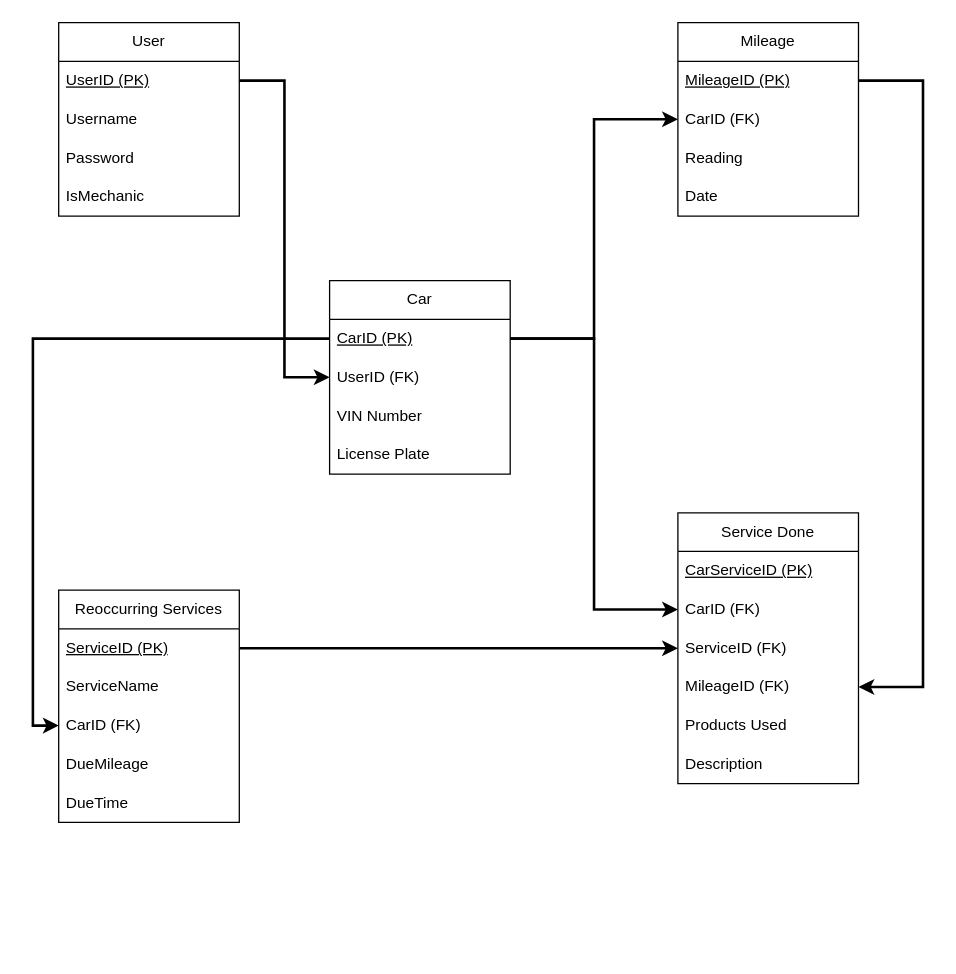
Above: EDR/ERD.drawio in Danny-Erikson/MileageMate (draw.io), before the change. Source tidied: cells renumbered, new cells numbered last; positions are measured from the earlier drawing's top-left corner, leaving out a move shared by most shapes. Both pictures are drawn from the tidied source at 129%, with x=0, y=0 at pixel (58, 22).
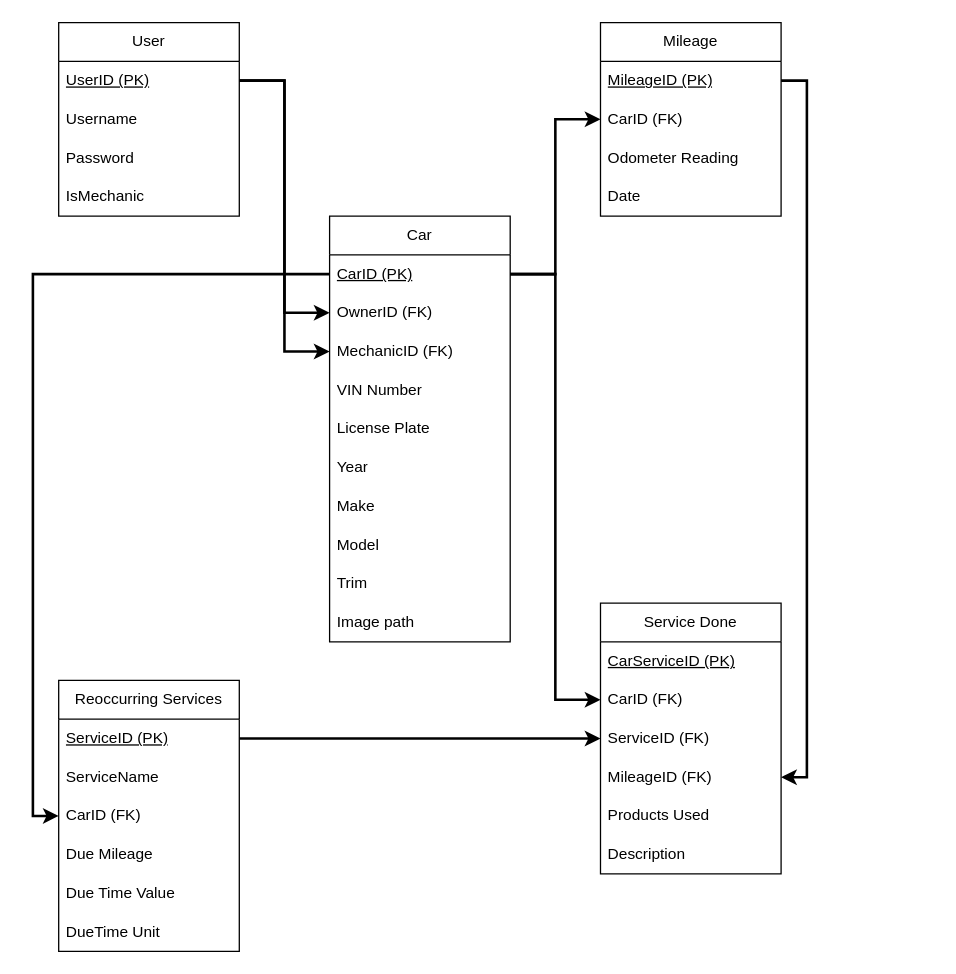
The same diagram, later.

Unchanged cells that the change refers to:
```xml
<mxCell id="3" value="&lt;u&gt;UserID (PK)&lt;/u&gt;" style="text;strokeColor=none;fillColor=none;align=left;verticalAlign=middle;spacingLeft=4;spacingRight=4;overflow=hidden;points=[[0,0.5],[1,0.5]];portConstraint=eastwest;whiteSpace=wrap;html=1;" parent="2" vertex="1">
  <mxGeometry y="30" width="140" height="30" as="geometry" />
</mxCell>
<mxCell id="8" value="&lt;u&gt;CarID (PK)&lt;/u&gt;" style="text;strokeColor=none;fillColor=none;align=left;verticalAlign=middle;spacingLeft=4;spacingRight=4;overflow=hidden;points=[[0,0.5],[1,0.5]];portConstraint=eastwest;whiteSpace=wrap;html=1;" parent="7" vertex="1">
  <mxGeometry y="30" width="140" height="30" as="geometry" />
</mxCell>
<mxCell id="16" value="CarID (FK)" style="text;strokeColor=none;fillColor=none;align=left;verticalAlign=middle;spacingLeft=4;spacingRight=4;overflow=hidden;points=[[0,0.5],[1,0.5]];portConstraint=eastwest;whiteSpace=wrap;html=1;" parent="13" vertex="1">
  <mxGeometry y="90" width="140" height="30" as="geometry" />
</mxCell>
<mxCell id="20" value="&lt;u&gt;MileageID (PK)&lt;/u&gt;" style="text;strokeColor=none;fillColor=none;align=left;verticalAlign=middle;spacingLeft=4;spacingRight=4;overflow=hidden;points=[[0,0.5],[1,0.5]];portConstraint=eastwest;whiteSpace=wrap;html=1;" parent="19" vertex="1">
  <mxGeometry y="30" width="140" height="30" as="geometry" />
</mxCell>
<mxCell id="29" value="MileageID (FK)" style="text;strokeColor=none;fillColor=none;align=left;verticalAlign=middle;spacingLeft=4;spacingRight=4;overflow=hidden;points=[[0,0.5],[1,0.5]];portConstraint=eastwest;whiteSpace=wrap;html=1;" parent="25" vertex="1">
  <mxGeometry y="120" width="140" height="30" as="geometry" />
</mxCell>
```

Change to the diagram source:
```diff
@@
     <mxCell id="7" value="Car" style="swimlane;fontStyle=0;horizontal=1;startSize=30;whiteSpace=wrap;html=1;" parent="1" vertex="1">
-      <mxGeometry x="210" y="200" width="140" height="150" as="geometry" />
+      <mxGeometry x="210" y="150" width="140" height="330" as="geometry" />
     </mxCell>
@@
-    <mxCell id="9" value="UserID (FK)" style="text;strokeColor=none;fillColor=none;align=left;verticalAlign=middle;spacingLeft=4;spacingRight=4;overflow=hidden;points=[[0,0.5],[1,0.5]];portConstraint=eastwest;whiteSpace=wrap;html=1;" parent="7" vertex="1">
+    <mxCell id="9" value="OwnerID (FK)" style="text;strokeColor=none;fillColor=none;align=left;verticalAlign=middle;spacingLeft=4;spacingRight=4;overflow=hidden;points=[[0,0.5],[1,0.5]];portConstraint=eastwest;whiteSpace=wrap;html=1;" parent="7" vertex="1">
       <mxGeometry y="60" width="140" height="30" as="geometry" />
     </mxCell>
+    <mxCell id="36" value="MechanicID (FK)" style="text;strokeColor=none;fillColor=none;align=left;verticalAlign=middle;spacingLeft=4;spacingRight=4;overflow=hidden;points=[[0,0.5],[1,0.5]];portConstraint=eastwest;whiteSpace=wrap;html=1;" parent="7" vertex="1">
+      <mxGeometry y="90" width="140" height="30" as="geometry" />
+    </mxCell>
     <mxCell id="10" value="VIN Number" style="text;strokeColor=none;fillColor=none;align=left;verticalAlign=middle;spacingLeft=4;spacingRight=4;overflow=hidden;whiteSpace=wrap;html=1;" parent="7" vertex="1">
-      <mxGeometry y="90" width="140" height="30" as="geometry" />
+      <mxGeometry y="120" width="140" height="30" as="geometry" />
     </mxCell>
     <mxCell id="11" value="License Plate" style="text;strokeColor=none;fillColor=none;align=left;verticalAlign=middle;spacingLeft=4;spacingRight=4;overflow=hidden;whiteSpace=wrap;html=1;" parent="7" vertex="1">
-      <mxGeometry y="120" width="140" height="30" as="geometry" />
+      <mxGeometry y="150" width="140" height="30" as="geometry" />
     </mxCell>
+    <mxCell id="37" value="Year" style="text;strokeColor=none;fillColor=none;align=left;verticalAlign=middle;spacingLeft=4;spacingRight=4;overflow=hidden;whiteSpace=wrap;html=1;" parent="7" vertex="1">
+      <mxGeometry y="180" width="140" height="30" as="geometry" />
+    </mxCell>
+    <mxCell id="38" value="Make" style="text;strokeColor=none;fillColor=none;align=left;verticalAlign=middle;spacingLeft=4;spacingRight=4;overflow=hidden;whiteSpace=wrap;html=1;" parent="7" vertex="1">
+      <mxGeometry y="210" width="140" height="30" as="geometry" />
+    </mxCell>
+    <mxCell id="39" value="Model" style="text;strokeColor=none;fillColor=none;align=left;verticalAlign=middle;spacingLeft=4;spacingRight=4;overflow=hidden;whiteSpace=wrap;html=1;" parent="7" vertex="1">
+      <mxGeometry y="240" width="140" height="30" as="geometry" />
+    </mxCell>
+    <mxCell id="40" value="Trim" style="text;strokeColor=none;fillColor=none;align=left;verticalAlign=middle;spacingLeft=4;spacingRight=4;overflow=hidden;whiteSpace=wrap;html=1;" parent="7" vertex="1">
+      <mxGeometry y="270" width="140" height="30" as="geometry" />
+    </mxCell>
+    <mxCell id="41" value="Image path" style="text;strokeColor=none;fillColor=none;align=left;verticalAlign=middle;spacingLeft=4;spacingRight=4;overflow=hidden;whiteSpace=wrap;html=1;" parent="7" vertex="1">
+      <mxGeometry y="300" width="140" height="30" as="geometry" />
+    </mxCell>
@@
     <mxCell id="13" value="Reoccurring Services" style="swimlane;fontStyle=0;horizontal=1;startSize=30;whiteSpace=wrap;html=1;" parent="1" vertex="1">
-      <mxGeometry y="440" width="140" height="180" as="geometry" />
+      <mxGeometry y="510" width="140" height="210" as="geometry" />
     </mxCell>
@@
-    <mxCell id="17" value="DueMileage" style="text;strokeColor=none;fillColor=none;align=left;verticalAlign=middle;spacingLeft=4;spacingRight=4;overflow=hidden;whiteSpace=wrap;html=1;" parent="13" vertex="1">
+    <mxCell id="17" value="Due Mileage" style="text;strokeColor=none;fillColor=none;align=left;verticalAlign=middle;spacingLeft=4;spacingRight=4;overflow=hidden;whiteSpace=wrap;html=1;" parent="13" vertex="1">
       <mxGeometry y="120" width="140" height="30" as="geometry" />
     </mxCell>
+    <mxCell id="42" value="Due Time Value" style="text;strokeColor=none;fillColor=none;align=left;verticalAlign=middle;spacingLeft=4;spacingRight=4;overflow=hidden;whiteSpace=wrap;html=1;" parent="13" vertex="1">
+      <mxGeometry y="150" width="140" height="30" as="geometry" />
+    </mxCell>
-    <mxCell id="18" value="DueTime" style="text;strokeColor=none;fillColor=none;align=left;verticalAlign=middle;spacingLeft=4;spacingRight=4;overflow=hidden;whiteSpace=wrap;html=1;" parent="13" vertex="1">
-      <mxGeometry y="150" width="140" height="30" as="geometry" />
+    <mxCell id="18" value="DueTime Unit" style="text;strokeColor=none;fillColor=none;align=left;verticalAlign=middle;spacingLeft=4;spacingRight=4;overflow=hidden;whiteSpace=wrap;html=1;" parent="13" vertex="1">
+      <mxGeometry y="180" width="140" height="30" as="geometry" />
     </mxCell>
     <mxCell id="19" value="Mileage" style="swimlane;fontStyle=0;horizontal=1;startSize=30;whiteSpace=wrap;html=1;" parent="1" vertex="1">
-      <mxGeometry x="480" width="140" height="150" as="geometry" />
+      <mxGeometry x="420" width="140" height="150" as="geometry" />
     </mxCell>
@@
-    <mxCell id="22" value="Reading" style="text;strokeColor=none;fillColor=none;align=left;verticalAlign=middle;spacingLeft=4;spacingRight=4;overflow=hidden;whiteSpace=wrap;html=1;" parent="19" vertex="1">
+    <mxCell id="22" value="Odometer Reading" style="text;strokeColor=none;fillColor=none;align=left;verticalAlign=middle;spacingLeft=4;spacingRight=4;overflow=hidden;whiteSpace=wrap;html=1;" parent="19" vertex="1">
       <mxGeometry y="90" width="140" height="30" as="geometry" />
     </mxCell>
@@
     <mxCell id="25" value="Service Done" style="swimlane;fontStyle=0;horizontal=1;startSize=30;whiteSpace=wrap;html=1;" parent="1" vertex="1">
-      <mxGeometry x="480" y="380" width="140" height="210" as="geometry" />
+      <mxGeometry x="420" y="450" width="140" height="210" as="geometry" />
     </mxCell>
@@
+    <mxCell id="35" style="edgeStyle=orthogonalEdgeStyle;rounded=0;jettySize=auto;html=1;entryX=0;entryY=0.5;entryDx=0;entryDy=0;strokeWidth=2;" parent="1" edge="1" source="8" target="16">
+      <mxGeometry relative="1" as="geometry" />
+    </mxCell>
+    <mxCell id="43" style="edgeStyle=orthogonalEdgeStyle;rounded=0;jettySize=auto;html=1;exitX=1;exitY=0.5;exitDx=0;exitDy=0;entryX=0;entryY=0.5;entryDx=0;entryDy=0;strokeWidth=2;" parent="1" edge="1" source="3" target="36">
+      <mxGeometry relative="1" as="geometry" />
+    </mxCell>
-    <mxCell id="34" style="edgeStyle=orthogonalEdgeStyle;rounded=0;jettySize=auto;html=1;entryX=1;entryY=0.5;entryDx=0;entryDy=0;exitX=1;exitY=0.5;exitDx=0;exitDy=0;strokeWidth=2;" parent="1" edge="1" source="20" target="29">
-      <mxGeometry relative="1" as="geometry">
-        <Array as="points">
-          <mxPoint x="670" y="45" />
-          <mxPoint x="670" y="515" />
-        </Array>
-      </mxGeometry>
+    <mxCell id="34" style="edgeStyle=orthogonalEdgeStyle;rounded=0;jettySize=auto;html=1;exitX=1;exitY=0.5;exitDx=0;exitDy=0;entryX=1;entryY=0.5;entryDx=0;entryDy=0;strokeWidth=2;" parent="1" edge="1" source="20" target="29">
+      <mxGeometry relative="1" as="geometry" />
     </mxCell>
-    <mxCell id="35" style="edgeStyle=orthogonalEdgeStyle;rounded=0;jettySize=auto;html=1;entryX=0;entryY=0.5;entryDx=0;entryDy=0;strokeWidth=2;" parent="1" edge="1" source="8" target="16">
-      <mxGeometry relative="1" as="geometry" />
-    </mxCell>
```
